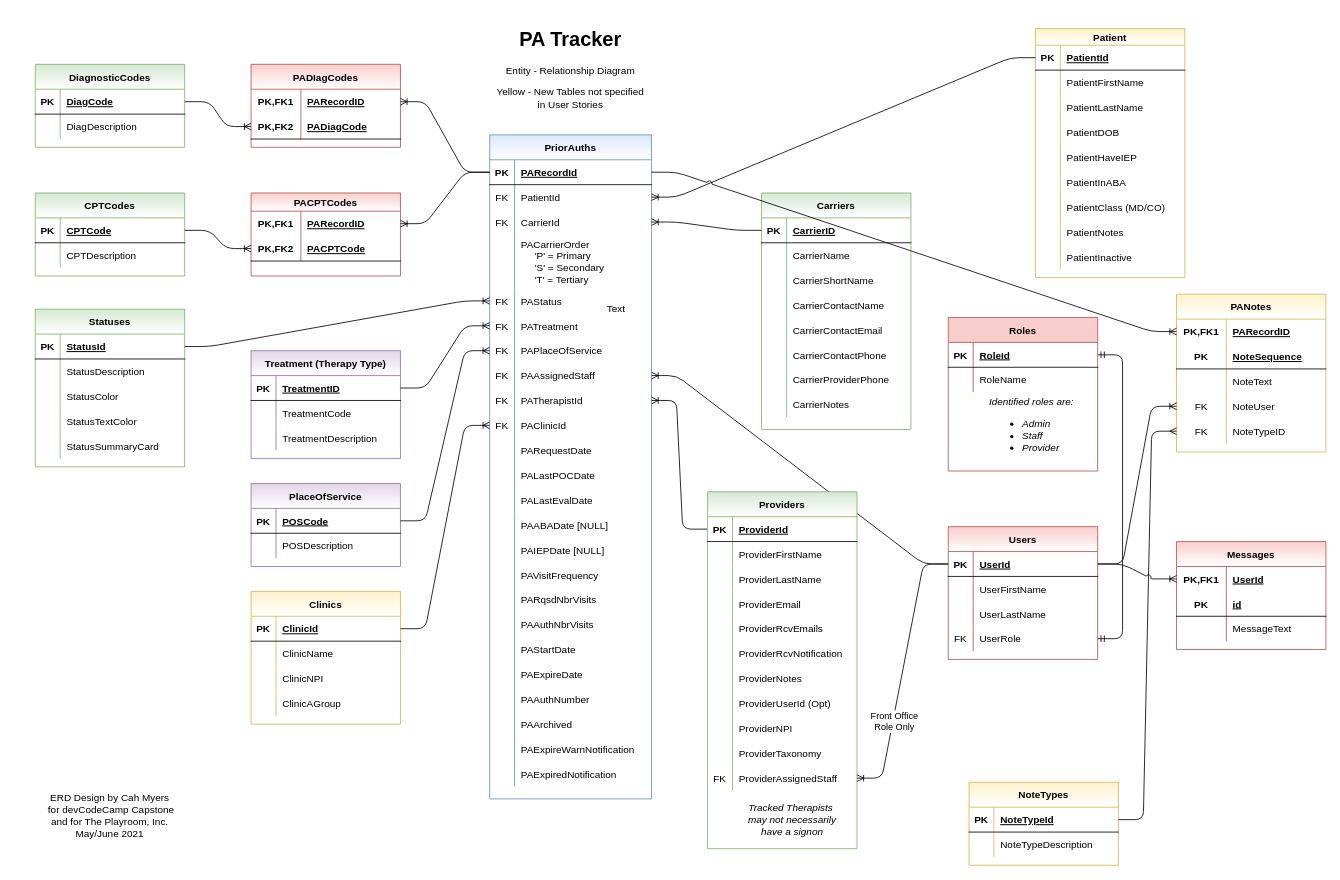
The draw.io diagram PA_Tracker_Db.drawio in cashmy/PA_Backend, before the edit. Source tidied: cells renumbered, new cells numbered last; positions are measured from the earlier drawing's top-left corner, leaving out a move shared by most shapes. Both pictures are drawn from the tidied source at 83%, with x=0, y=0 at pixel (14, 22).
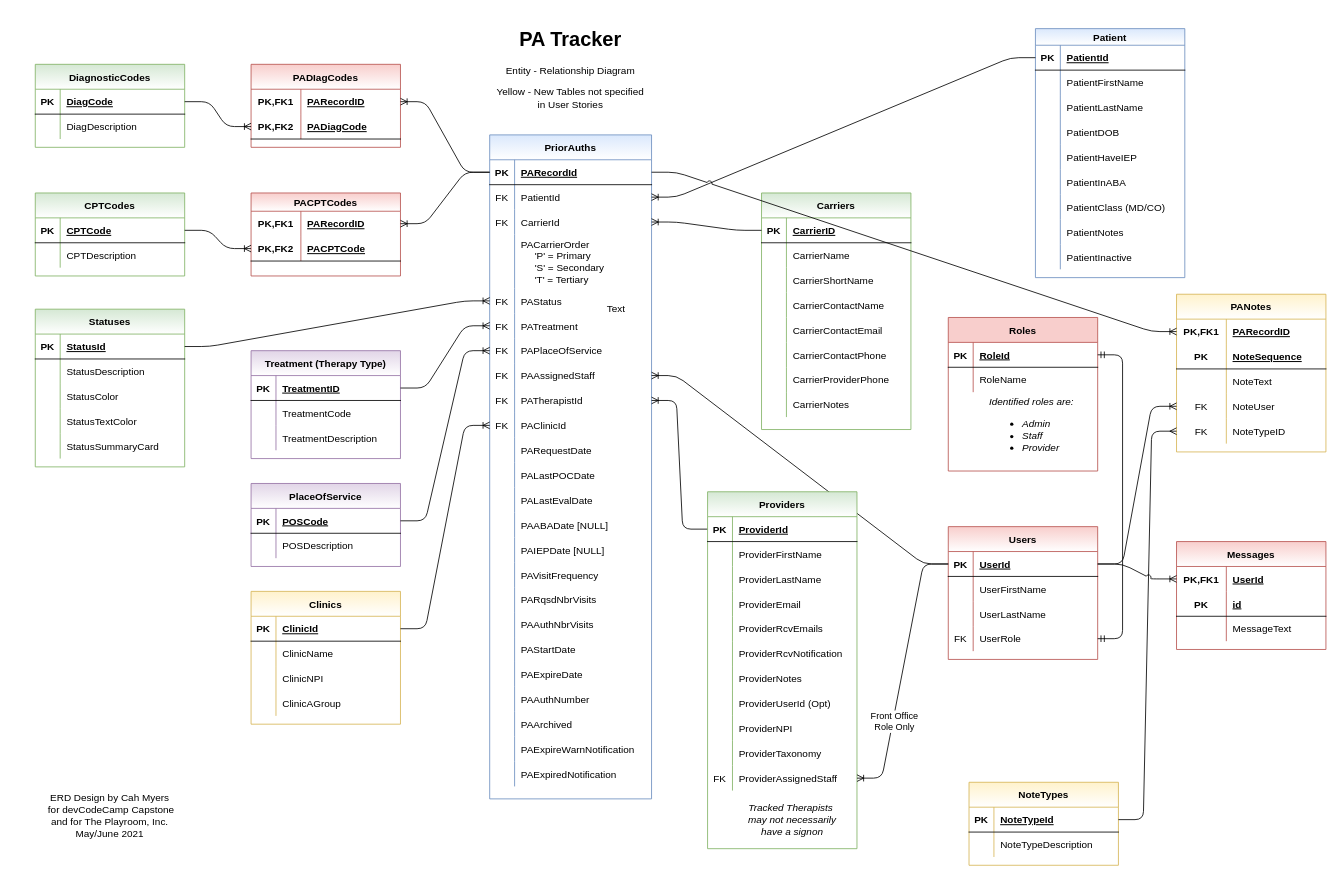
Above is the later version.

Commit message:
Minor typo correction

What changed in the source:
```diff
@@
-    <mxCell id="51" value="Patient" style="shape=table;startSize=20;childLayout=tableLayout;rowLines=0;fontStyle=1;align=center;fillColor=#fff2cc;strokeColor=#d6b656;gradientColor=#ffffff;" parent="1" vertex="1">
+    <mxCell id="51" value="Patient" style="shape=table;startSize=20;childLayout=tableLayout;rowLines=0;fontStyle=1;align=center;fillColor=#dae8fc;strokeColor=#6c8ebf;gradientColor=#ffffff;" parent="1" vertex="1">
       <mxGeometry x="1230" y="7" width="180" height="300" as="geometry" />
     </mxCell>
```
